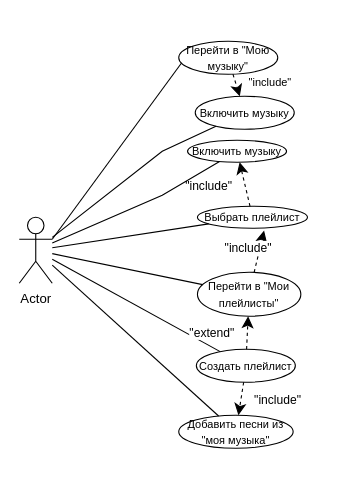
Before: vk_project/usecase.drawio in ViktorM98/vk_project, a draw.io diagram. Source tidied: cells renumbered, new cells numbered last; positions are measured from the earlier drawing's top-left corner, leaving out a move shared by most shapes. Both pictures are drawn from the tidied source at 110%, with x=0, y=0 at pixel (19, 41).
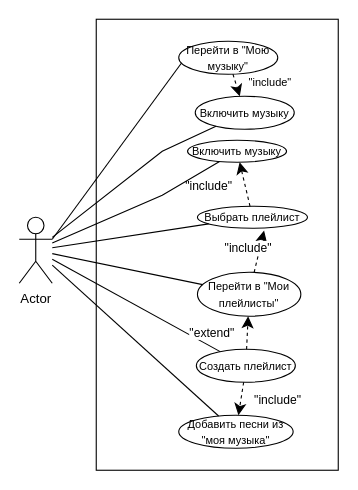
The same diagram, later.

What changed in the source:
```diff
@@
+    <mxCell id="22" style="rounded=0;whiteSpace=wrap;html=1;fillOpacity=0;" parent="1" vertex="1">
+      <mxGeometry x="70" y="-20" width="220" height="410" as="geometry" />
+    </mxCell>
```
